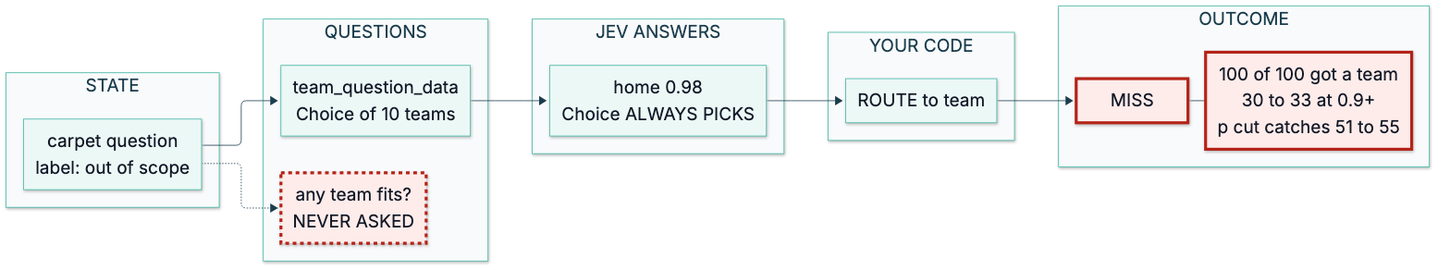
Earlier version of the Mermaid export course/diagrams/module_03/p2-problem-choice-always-picks.png (axel-sirota/getting_started_jev). Its source is kept beside it as course/diagrams/module_03/p2-problem-choice-always-picks.mmd. Its diagram source:
```mermaid
%%{init: {"theme": "base", "themeVariables": {"fontFamily": "Inter, sans-serif", "primaryColor": "#ECF8F6", "primaryBorderColor": "#40B8A6", "primaryTextColor": "#111827", "lineColor": "#1A3D4D", "secondaryColor": "#F9FAFB", "tertiaryColor": "#FFFFFF", "clusterBkg": "#F9FAFB", "clusterBorder": "#D1D5DB", "actorBkg": "#ECF8F6", "actorBorder": "#40B8A6", "noteBkgColor": "#FFF6DA", "noteBorderColor": "#E0B84C"}}}%%
flowchart LR
  subgraph STATE["STATE"]
    S["carpet question<br/>label: out of scope"]
  end
  subgraph QUESTIONS["QUESTIONS"]
    Q1["team_question_data<br/>Choice of 10 teams"]
    Q2["any team fits?<br/>NEVER ASKED"]
  end
  subgraph ANSWERS["JEV ANSWERS"]
    A["home 0.98<br/>Choice ALWAYS PICKS"]
  end
  subgraph CODE["YOUR CODE"]
    C["ROUTE to team"]
  end
  subgraph OUTCOME["OUTCOME"]
    O["MISS"]
    R["100 of 100 got a team<br/>30 to 33 at 0.9+<br/>p cut catches 51 to 55"]
  end
  S --> Q1 --> A --> C --> O
  S -.-> Q2
  O --- R

  classDef fail fill:#FDECEA,stroke:#B42318,stroke-width:4px
  classDef changed fill:#D5F2EC,stroke:#1A3D4D,stroke-width:4px
  classDef ok fill:#ECF8F6,stroke:#1A3D4D,stroke-width:3px
  class Q2 fail
  class O fail
  class R fail
  style Q2 stroke-dasharray:5 5
```
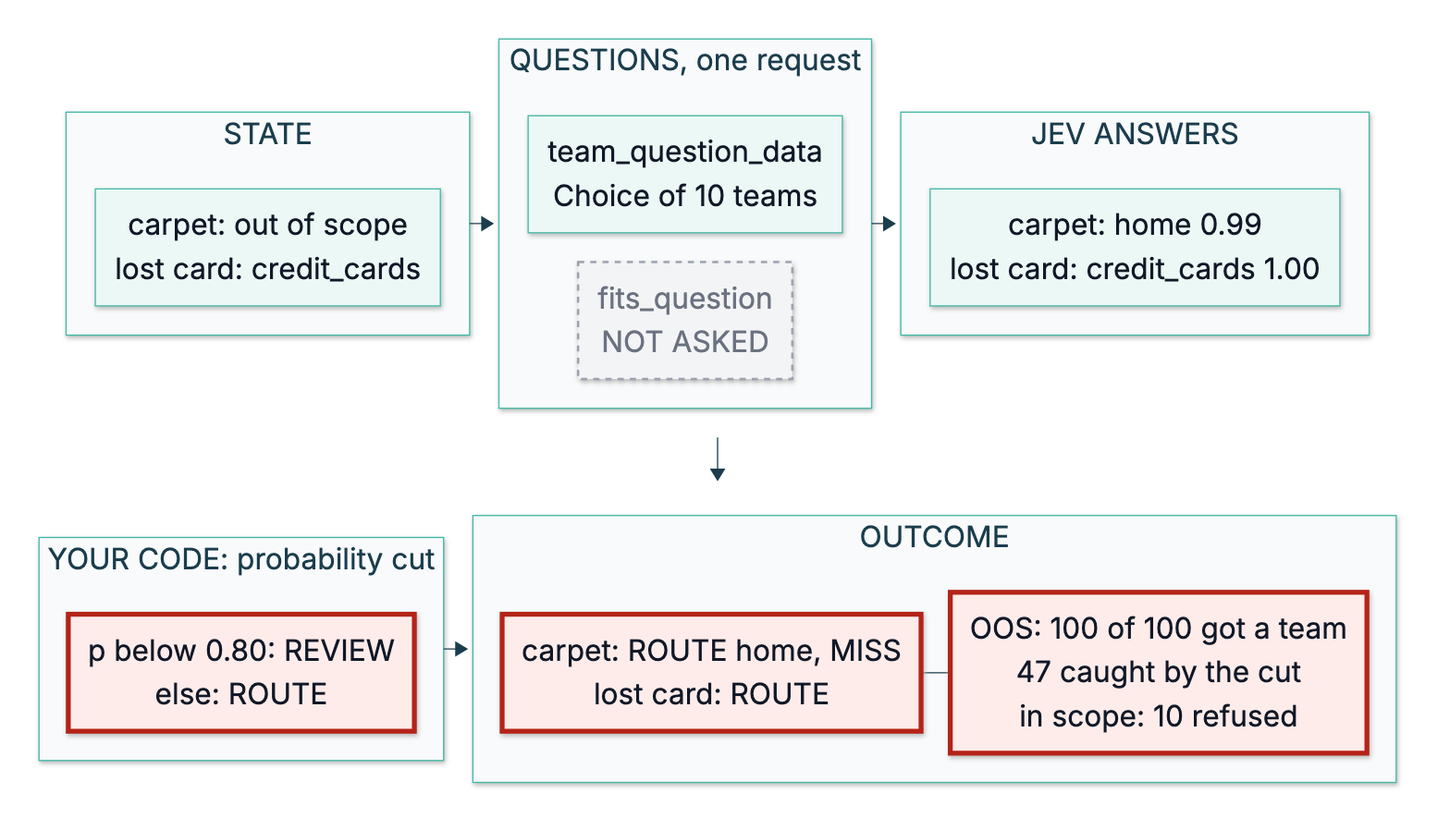
After the commit.

Diff of the diagram source:
```diff
@@ -1,30 +1,44 @@
 %%{init: {"theme": "base", "themeVariables": {"fontFamily": "Inter, sans-serif", "primaryColor": "#ECF8F6", "primaryBorderColor": "#40B8A6", "primaryTextColor": "#111827", "lineColor": "#1A3D4D", "secondaryColor": "#F9FAFB", "tertiaryColor": "#FFFFFF", "clusterBkg": "#F9FAFB", "clusterBorder": "#D1D5DB", "actorBkg": "#ECF8F6", "actorBorder": "#40B8A6", "noteBkgColor": "#FFF6DA", "noteBorderColor": "#E0B84C"}}}%%
-flowchart LR
-  subgraph STATE["STATE"]
-    S["carpet question<br/>label: out of scope"]
+flowchart TB
+  subgraph ROW1[" "]
+    direction LR
+    subgraph STATE["STATE"]
+      S["carpet: out of scope<br/>lost card: credit_cards"]
+    end
+    subgraph QUESTIONS["QUESTIONS, one request"]
+      direction TB
+      Q1["team_question_data<br/>Choice of 10 teams"]
+      Q2["fits_question<br/>NOT ASKED"]
+      Q1 ~~~ Q2
+    end
+    subgraph ANSWERS["JEV ANSWERS"]
+      A["carpet: home 0.99<br/>lost card: credit_cards 1.00"]
+    end
+    STATE --> QUESTIONS --> ANSWERS
   end
-  subgraph QUESTIONS["QUESTIONS"]
-    Q1["team_question_data<br/>Choice of 10 teams"]
-    Q2["any team fits?<br/>NEVER ASKED"]
+  subgraph ROW2[" "]
+    direction LR
+    subgraph CODE["YOUR CODE: probability cut"]
+      C["p below 0.80: REVIEW<br/>else: ROUTE"]
+    end
+    subgraph OUTCOME["OUTCOME"]
+      O["carpet: ROUTE home, MISS<br/>lost card: ROUTE"]
+      R["OOS: 100 of 100 got a team<br/>47 caught by the cut<br/>in scope: 10 refused"]
+      O --- R
+    end
+    CODE --> OUTCOME
   end
-  subgraph ANSWERS["JEV ANSWERS"]
-    A["home 0.98<br/>Choice ALWAYS PICKS"]
-  end
-  subgraph CODE["YOUR CODE"]
-    C["ROUTE to team"]
-  end
-  subgraph OUTCOME["OUTCOME"]
-    O["MISS"]
-    R["100 of 100 got a team<br/>30 to 33 at 0.9+<br/>p cut catches 51 to 55"]
-  end
-  S --> Q1 --> A --> C --> O
-  S -.-> Q2
-  O --- R
+  ROW1 --> ROW2
 
   classDef fail fill:#FDECEA,stroke:#B42318,stroke-width:4px
   classDef changed fill:#D5F2EC,stroke:#1A3D4D,stroke-width:4px
   classDef ok fill:#ECF8F6,stroke:#1A3D4D,stroke-width:3px
-  class Q2 fail
+  classDef muted fill:#F3F4F6,stroke:#9CA3AF,stroke-width:2px,color:#6B7280
+  classDef human fill:#FFF6DA,stroke:#E0B84C,stroke-width:3px
+  style ROW1 fill:none,stroke:none
+  style ROW2 fill:none,stroke:none
+  class Q2 muted
+  style Q2 stroke-dasharray:5 5
+  class C fail
   class O fail
   class R fail
-  style Q2 stroke-dasharray:5 5
```
